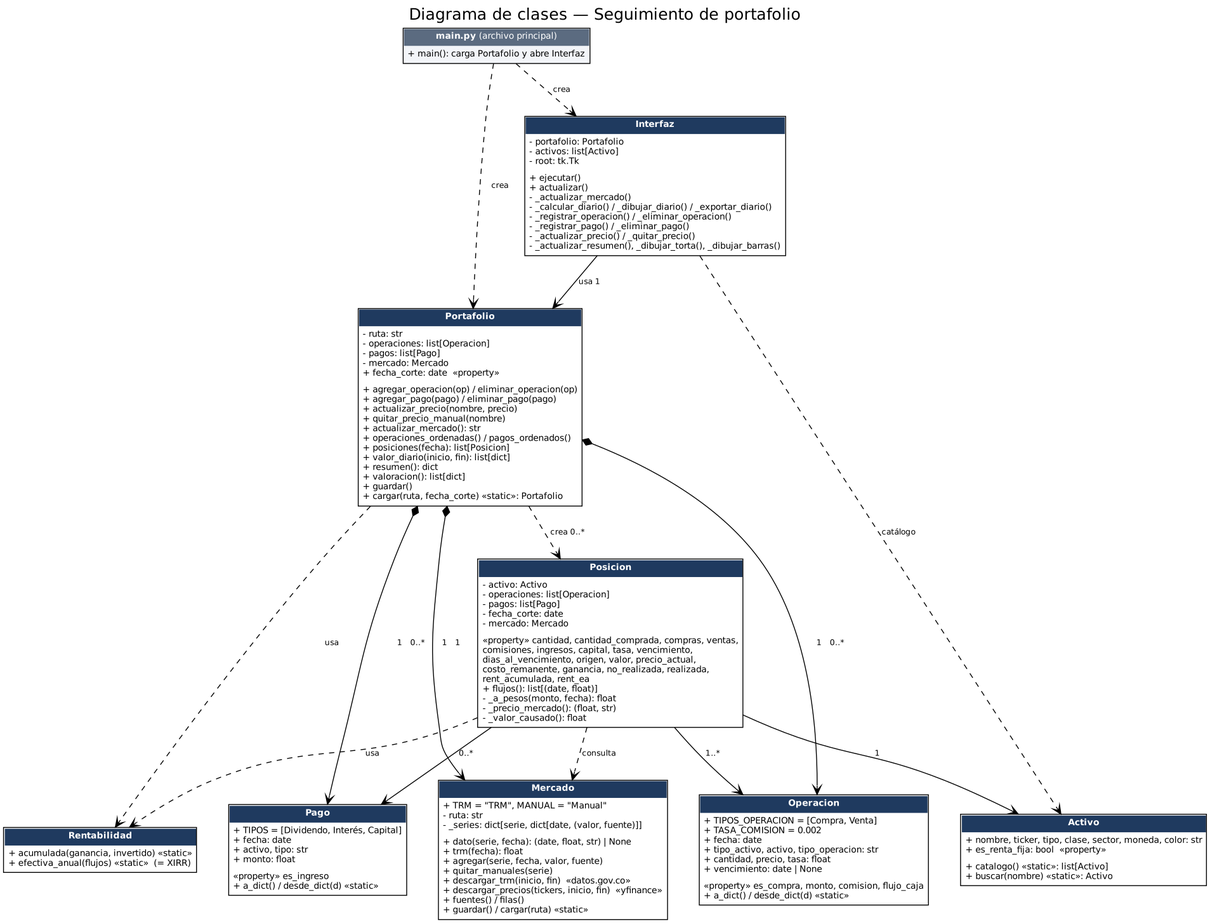
Before: docs/img/uml_clases.png, a diagram exported from Graphviz (N-um/Portafolio-de-inversion.). Its source is kept beside it as docs/uml_clases.dot.
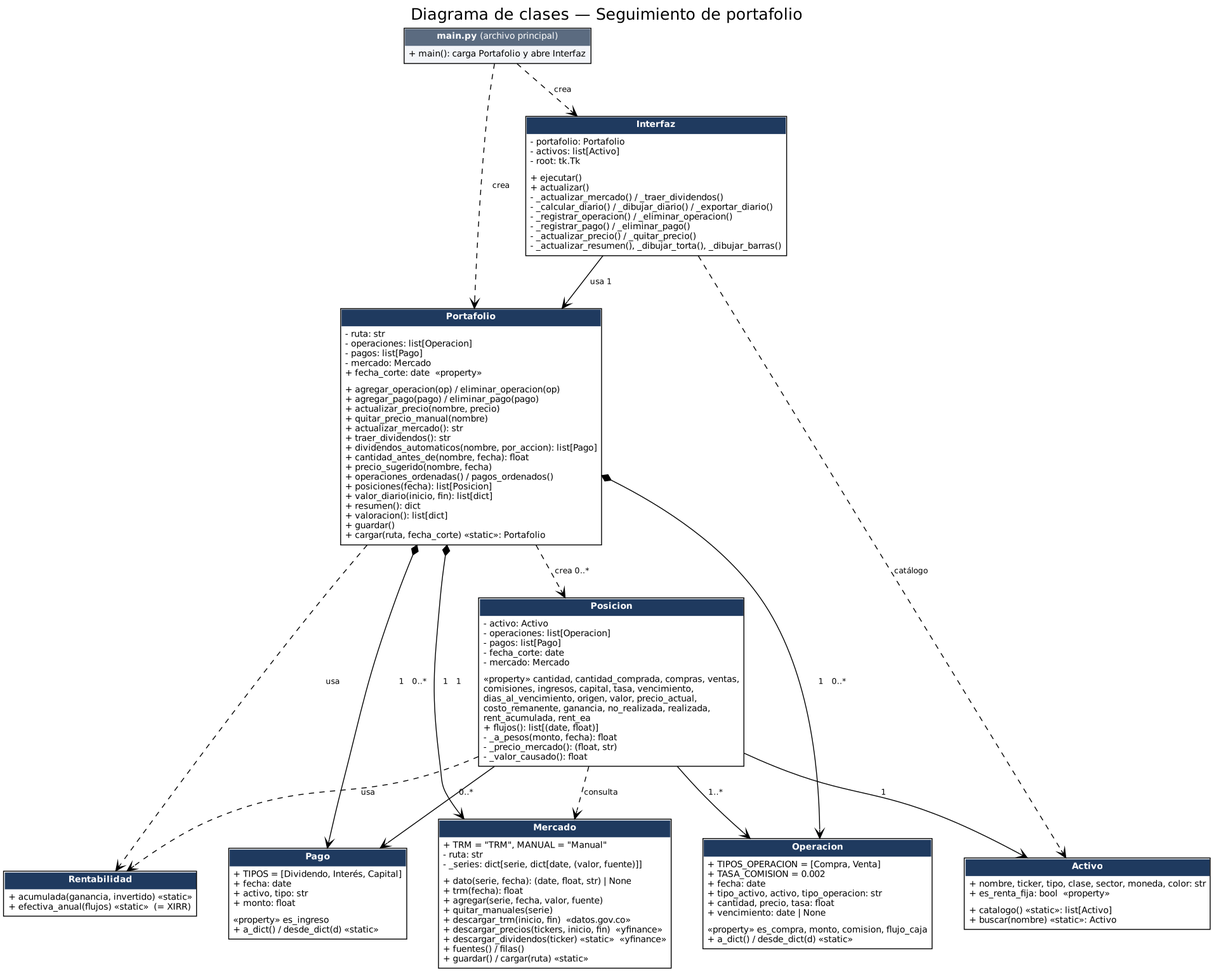
After the commit.

Commit message:
Excel y documentacion: nuevas acciones, formulas 28-29 y dividendos automaticos

Diff of the diagram source:
```diff
@@ -10,12 +10,12 @@
   Interfaz [label=<<table border="1" cellborder="0" cellspacing="0" cellpadding="4">
     <tr><td bgcolor="#1F3A5F"><font color="white"><b>Interfaz</b></font></td></tr>
     <tr><td align="left" balign="left">- portafolio: Portafolio<br align="left"/>- activos: list[Activo]<br align="left"/>- root: tk.Tk</td></tr>
-    <tr><td align="left" balign="left">+ ejecutar()<br align="left"/>+ actualizar()<br align="left"/>- _actualizar_mercado()<br align="left"/>- _calcular_diario() / _dibujar_diario() / _exportar_diario()<br align="left"/>- _registrar_operacion() / _eliminar_operacion()<br align="left"/>- _registrar_pago() / _eliminar_pago()<br align="left"/>- _actualizar_precio() / _quitar_precio()<br align="left"/>- _actualizar_resumen(), _dibujar_torta(), _dibujar_barras()</td></tr></table>>];
+    <tr><td align="left" balign="left">+ ejecutar()<br align="left"/>+ actualizar()<br align="left"/>- _actualizar_mercado() / _traer_dividendos()<br align="left"/>- _calcular_diario() / _dibujar_diario() / _exportar_diario()<br align="left"/>- _registrar_operacion() / _eliminar_operacion()<br align="left"/>- _registrar_pago() / _eliminar_pago()<br align="left"/>- _actualizar_precio() / _quitar_precio()<br align="left"/>- _actualizar_resumen(), _dibujar_torta(), _dibujar_barras()</td></tr></table>>];
 
   Portafolio [label=<<table border="1" cellborder="0" cellspacing="0" cellpadding="4">
     <tr><td bgcolor="#1F3A5F"><font color="white"><b>Portafolio</b></font></td></tr>
     <tr><td align="left" balign="left">- ruta: str<br align="left"/>- operaciones: list[Operacion]<br align="left"/>- pagos: list[Pago]<br align="left"/>- mercado: Mercado<br align="left"/>+ fecha_corte: date  «property»</td></tr>
-    <tr><td align="left" balign="left">+ agregar_operacion(op) / eliminar_operacion(op)<br align="left"/>+ agregar_pago(pago) / eliminar_pago(pago)<br align="left"/>+ actualizar_precio(nombre, precio)<br align="left"/>+ quitar_precio_manual(nombre)<br align="left"/>+ actualizar_mercado(): str<br align="left"/>+ operaciones_ordenadas() / pagos_ordenados()<br align="left"/>+ posiciones(fecha): list[Posicion]<br align="left"/>+ valor_diario(inicio, fin): list[dict]<br align="left"/>+ resumen(): dict<br align="left"/>+ valoracion(): list[dict]<br align="left"/>+ guardar()<br align="left"/>+ cargar(ruta, fecha_corte) «static»: Portafolio</td></tr></table>>];
+    <tr><td align="left" balign="left">+ agregar_operacion(op) / eliminar_operacion(op)<br align="left"/>+ agregar_pago(pago) / eliminar_pago(pago)<br align="left"/>+ actualizar_precio(nombre, precio)<br align="left"/>+ quitar_precio_manual(nombre)<br align="left"/>+ actualizar_mercado(): str<br align="left"/>+ traer_dividendos(): str<br align="left"/>+ dividendos_automaticos(nombre, por_accion): list[Pago]<br align="left"/>+ cantidad_antes_de(nombre, fecha): float<br align="left"/>+ precio_sugerido(nombre, fecha)<br align="left"/>+ operaciones_ordenadas() / pagos_ordenados()<br align="left"/>+ posiciones(fecha): list[Posicion]<br align="left"/>+ valor_diario(inicio, fin): list[dict]<br align="left"/>+ resumen(): dict<br align="left"/>+ valoracion(): list[dict]<br align="left"/>+ guardar()<br align="left"/>+ cargar(ruta, fecha_corte) «static»: Portafolio</td></tr></table>>];
 
   Posicion [label=<<table border="1" cellborder="0" cellspacing="0" cellpadding="4">
     <tr><td bgcolor="#1F3A5F"><font color="white"><b>Posicion</b></font></td></tr>
@@ -44,7 +44,7 @@
   Mercado [label=<<table border="1" cellborder="0" cellspacing="0" cellpadding="4">
     <tr><td bgcolor="#1F3A5F"><font color="white"><b>Mercado</b></font></td></tr>
     <tr><td align="left" balign="left">+ TRM = "TRM", MANUAL = "Manual"<br align="left"/>- ruta: str<br align="left"/>- _series: dict[serie, dict[date, (valor, fuente)]]</td></tr>
-    <tr><td align="left" balign="left">+ dato(serie, fecha): (date, float, str) | None<br align="left"/>+ trm(fecha): float<br align="left"/>+ agregar(serie, fecha, valor, fuente)<br align="left"/>+ quitar_manuales(serie)<br align="left"/>+ descargar_trm(inicio, fin)  «datos.gov.co»<br align="left"/>+ descargar_precios(tickers, inicio, fin)  «yfinance»<br align="left"/>+ fuentes() / filas()<br align="left"/>+ guardar() / cargar(ruta) «static»</td></tr></table>>];
+    <tr><td align="left" balign="left">+ dato(serie, fecha): (date, float, str) | None<br align="left"/>+ trm(fecha): float<br align="left"/>+ agregar(serie, fecha, valor, fuente)<br align="left"/>+ quitar_manuales(serie)<br align="left"/>+ descargar_trm(inicio, fin)  «datos.gov.co»<br align="left"/>+ descargar_precios(tickers, inicio, fin)  «yfinance»<br align="left"/>+ descargar_dividendos(ticker) «static»  «yfinance»<br align="left"/>+ fuentes() / filas()<br align="left"/>+ guardar() / cargar(ruta) «static»</td></tr></table>>];
 
   main -> Portafolio [label="  crea", style=dashed, arrowhead=vee];
   main -> Interfaz [label="  crea", style=dashed, arrowhead=vee];
```
